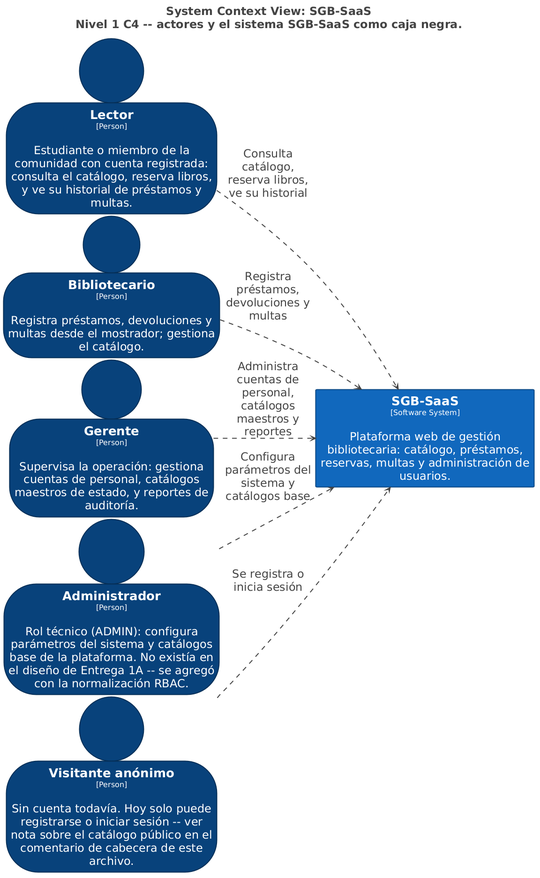
Earlier version of the PlantUML export docs/arquitectura/c4-nivel1-contexto.png (mloorm14/sgb-saas).
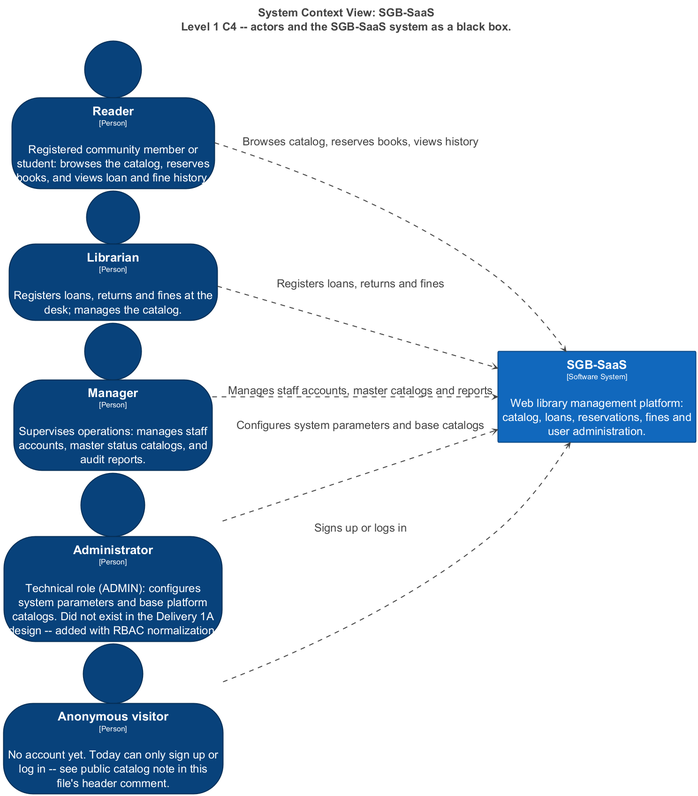
After the change.

Change to the diagram source:
```diff
@@ -1,5 +1,5 @@
 @startuml
-title <size:24>System Context View: SGB-SaaS</size>\n<size:24>Nivel 1 C4 -- actores y el sistema SGB-SaaS como caja negra.</size>
+title <size:24>System Context View: SGB-SaaS</size>\n<size:24>Level 1 C4 -- actors and the SGB-SaaS system as a black box.</size>
 
 set separator none
 left to right direction
@@ -47,17 +47,17 @@
   }
 </style>
 
-person "==Lector\n<size:16>[Person]</size>\n\nEstudiante o miembro de la comunidad con cuenta registrada: consulta el catálogo, reserva libros, y ve su historial de préstamos y multas." <<Element-RWxlbWVudCxQZXJzb24=>> as Lector
-person "==Bibliotecario\n<size:16>[Person]</size>\n\nRegistra préstamos, devoluciones y multas desde el mostrador; gestiona el catálogo." <<Element-RWxlbWVudCxQZXJzb24=>> as Bibliotecario
-person "==Gerente\n<size:16>[Person]</size>\n\nSupervisa la operación: gestiona cuentas de personal, catálogos maestros de estado, y reportes de auditoría." <<Element-RWxlbWVudCxQZXJzb24=>> as Gerente
-person "==Administrador\n<size:16>[Person]</size>\n\nRol técnico (ADMIN): configura parámetros del sistema y catálogos base de la plataforma. No existía en el diseño de Entrega 1A -- se agregó con la normalización RBAC." <<Element-RWxlbWVudCxQZXJzb24=>> as Administrador
-person "==Visitante anónimo\n<size:16>[Person]</size>\n\nSin cuenta todavía. Hoy solo puede registrarse o iniciar sesión -- ver nota sobre el catálogo público en el comentario de cabecera de este archivo." <<Element-RWxlbWVudCxQZXJzb24=>> as Visitanteanónimo
-rectangle "==SGB-SaaS\n<size:16>[Software System]</size>\n\nPlataforma web de gestión bibliotecaria: catálogo, préstamos, reservas, multas y administración de usuarios." <<Element-RWxlbWVudCxTb2Z0d2FyZSBTeXN0ZW0=>> as SGBSaaS
+person "==Reader\n<size:16>[Person]</size>\n\nRegistered community member or student: browses the catalog, reserves books, and views loan and fine history." <<Element-RWxlbWVudCxQZXJzb24=>> as Reader
+person "==Librarian\n<size:16>[Person]</size>\n\nRegisters loans, returns and fines at the desk; manages the catalog." <<Element-RWxlbWVudCxQZXJzb24=>> as Librarian
+person "==Manager\n<size:16>[Person]</size>\n\nSupervises operations: manages staff accounts, master status catalogs, and audit reports." <<Element-RWxlbWVudCxQZXJzb24=>> as Manager
+person "==Administrator\n<size:16>[Person]</size>\n\nTechnical role (ADMIN): configures system parameters and base platform catalogs. Did not exist in the Delivery 1A design -- added with RBAC normalization." <<Element-RWxlbWVudCxQZXJzb24=>> as Administrator
+person "==Anonymous visitor\n<size:16>[Person]</size>\n\nNo account yet. Today can only sign up or log in -- see public catalog note in this file's header comment." <<Element-RWxlbWVudCxQZXJzb24=>> as Anonymousvisitor
+rectangle "==SGB-SaaS\n<size:16>[Software System]</size>\n\nWeb library management platform: catalog, loans, reservations, fines and user administration." <<Element-RWxlbWVudCxTb2Z0d2FyZSBTeXN0ZW0=>> as SGBSaaS
 
-Lector --> SGBSaaS <<Relationship-UmVsYXRpb25zaGlw>> : "Consulta catálogo, reserva libros, ve su historial"
-Bibliotecario --> SGBSaaS <<Relationship-UmVsYXRpb25zaGlw>> : "Registra préstamos, devoluciones y multas"
-Gerente --> SGBSaaS <<Relationship-UmVsYXRpb25zaGlw>> : "Administra cuentas de personal, catálogos maestros y reportes"
-Administrador --> SGBSaaS <<Relationship-UmVsYXRpb25zaGlw>> : "Configura parámetros del sistema y catálogos base"
-Visitanteanónimo --> SGBSaaS <<Relationship-UmVsYXRpb25zaGlw>> : "Se registra o inicia sesión"
+Reader --> SGBSaaS <<Relationship-UmVsYXRpb25zaGlw>> : "Browses catalog, reserves books, views history"
+Librarian --> SGBSaaS <<Relationship-UmVsYXRpb25zaGlw>> : "Registers loans, returns and fines"
+Manager --> SGBSaaS <<Relationship-UmVsYXRpb25zaGlw>> : "Manages staff accounts, master catalogs and reports"
+Administrator --> SGBSaaS <<Relationship-UmVsYXRpb25zaGlw>> : "Configures system parameters and base catalogs"
+Anonymousvisitor --> SGBSaaS <<Relationship-UmVsYXRpb25zaGlw>> : "Signs up or logs in"
 
 @enduml
```
